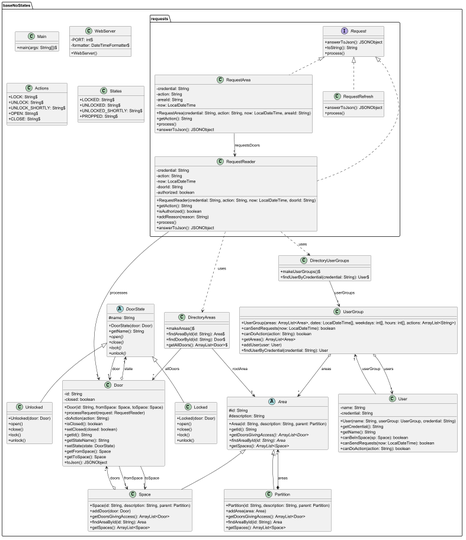
Earlier version of the PlantUML export src/out/production/acs_students/baseNoStates/uml/milestone1.png (NIU1672946/practicaDS).
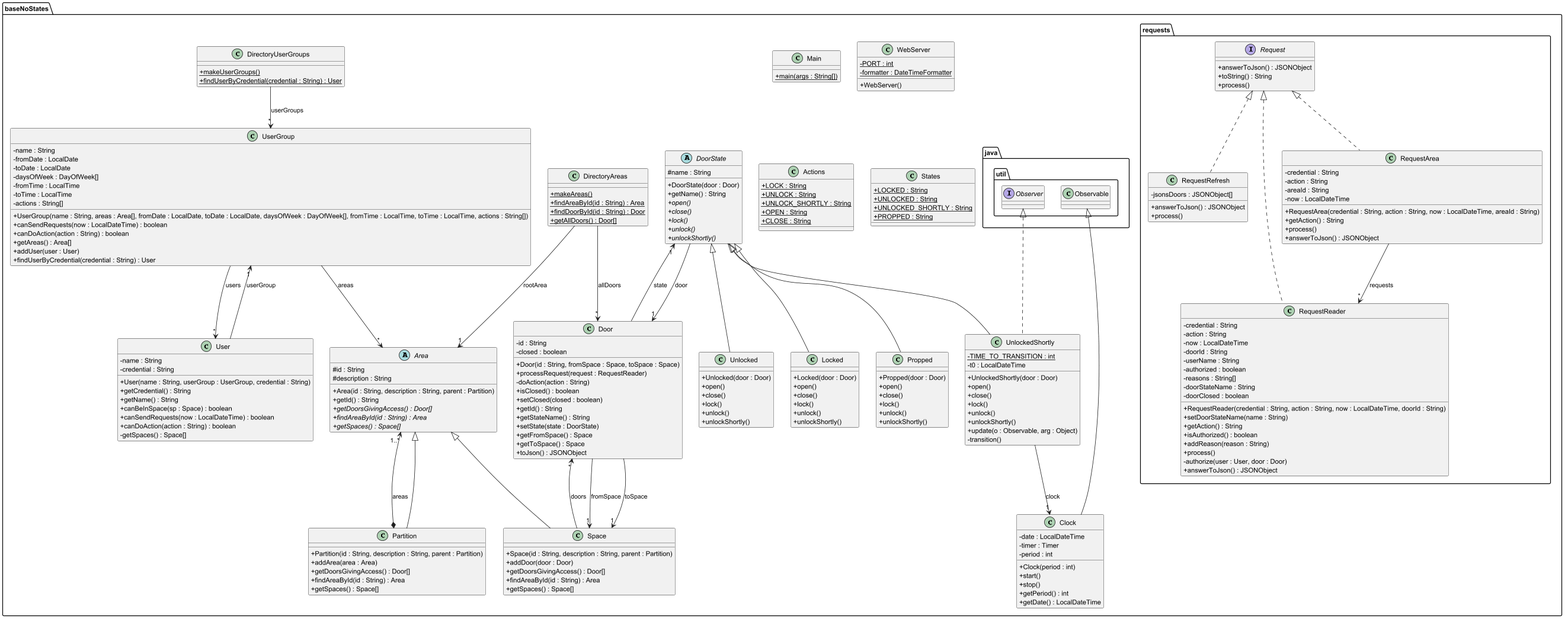
Later version of the same file.

Change to the diagram source:
```diff
@@ -4,188 +4,238 @@
 package baseNoStates {
 
   class Main {
-    + main(args: String[])$
+    + {static} main(args : String[])
   }
 
   class WebServer {
-    - PORT: int$
-    - formatter: DateTimeFormatter$
+    - {static} PORT : int
+    - {static} formatter : DateTimeFormatter
     + WebServer()
   }
 
   class Actions {
-    + LOCK: String$
-    + UNLOCK: String$
-    + UNLOCK_SHORTLY: String$
-    + OPEN: String$
-    + CLOSE: String$
+    + {static} LOCK : String
+    + {static} UNLOCK : String
+    + {static} UNLOCK_SHORTLY : String
+    + {static} OPEN : String
+    + {static} CLOSE : String
   }
 
   class States {
-    + LOCKED: String$
-    + UNLOCKED: String$
-    + UNLOCKED_SHORTLY: String$
-    + PROPPED: String$
+    + {static} LOCKED : String
+    + {static} UNLOCKED : String
+    + {static} UNLOCKED_SHORTLY : String
+    + {static} PROPPED : String
   }
 
   abstract class DoorState {
-    # name: String
-    + DoorState(door: Door)
-    + getName(): String
-    {abstract} + open()
-    {abstract} + close()
-    {abstract} + lock()
-    {abstract} + unlock()
+    # name : String
+    + DoorState(door : Door)
+    + getName() : String
+    + {abstract} open()
+    + {abstract} close()
+    + {abstract} lock()
+    + {abstract} unlock()
+    + {abstract} unlockShortly()
   }
 
   class Unlocked extends DoorState {
-    + Unlocked(door: Door)
+    + Unlocked(door : Door)
     + open()
     + close()
     + lock()
     + unlock()
+    + unlockShortly()
   }
 
   class Locked extends DoorState {
-    + Locked(door: Door)
+    + Locked(door : Door)
     + open()
     + close()
     + lock()
     + unlock()
+    + unlockShortly()
+  }
+
+  class UnlockedShortly extends DoorState implements java.util.Observer {
+    - {static} TIME_TO_TRANSITION : int
+    - t0 : LocalDateTime
+    + UnlockedShortly(door : Door)
+    + open()
+    + close()
+    + lock()
+    + unlock()
+    + unlockShortly()
+    + update(o : Observable, arg : Object)
+    - transition()
+  }
+
+  class Propped extends DoorState {
+    + Propped(door : Door)
+    + open()
+    + close()
+    + lock()
+    + unlock()
+    + unlockShortly()
+  }
+
+  class Clock extends java.util.Observable {
+    - date : LocalDateTime
+    - timer : Timer
+    - period : int
+    + Clock(period : int)
+    + start()
+    + stop()
+    + getPeriod() : int
+    + getDate() : LocalDateTime
   }
 
   class Door {
-    - id: String
-    - closed: boolean
-    + Door(id: String, fromSpace: Space, toSpace: Space)
-    + processRequest(request: RequestReader)
-    - doAction(action: String)
-    + isClosed(): boolean
-    + setClosed(closed: boolean)
-    + getId(): String
-    + getStateName(): String
-    + setState(state: DoorState)
-    + getFromSpace(): Space
-    + getToSpace(): Space
-    + toJson(): JSONObject
+    - id : String
+    - closed : boolean
+    + Door(id : String, fromSpace : Space, toSpace : Space)
+    + processRequest(request : RequestReader)
+    - doAction(action : String)
+    + isClosed() : boolean
+    + setClosed(closed : boolean)
+    + getId() : String
+    + getStateName() : String
+    + setState(state : DoorState)
+    + getFromSpace() : Space
+    + getToSpace() : Space
+    + toJson() : JSONObject
   }
 
   abstract class Area {
-    # id: String
-    # description: String
-    + Area(id: String, description: String, parent: Partition)
-    + getId(): String
-    {abstract} + getDoorsGivingAccess(): ArrayList<Door>
-    {abstract} + findAreaById(id: String): Area
-    {abstract} + getSpaces(): ArrayList<Space>
+    # id : String
+    # description : String
+    + Area(id : String, description : String, parent : Partition)
+    + getId() : String
+    + {abstract} getDoorsGivingAccess() : Door[]
+    + {abstract} findAreaById(id : String) : Area
+    + {abstract} getSpaces() : Space[]
   }
 
   class Partition extends Area {
-    + Partition(id: String, description: String, parent: Partition)
-    + addArea(area: Area)
-    + getDoorsGivingAccess(): ArrayList<Door>
-    + findAreaById(id: String): Area
-    + getSpaces(): ArrayList<Space>
+    + Partition(id : String, description : String, parent : Partition)
+    + addArea(area : Area)
+    + getDoorsGivingAccess() : Door[]
+    + findAreaById(id : String) : Area
+    + getSpaces() : Space[]
   }
 
   class Space extends Area {
-    + Space(id: String, description: String, parent: Partition)
-    + addDoor(door: Door)
-    + getDoorsGivingAccess(): ArrayList<Door>
-    + findAreaById(id: String): Area
-    + getSpaces(): ArrayList<Space>
+    + Space(id : String, description : String, parent : Partition)
+    + addDoor(door : Door)
+    + getDoorsGivingAccess() : Door[]
+    + findAreaById(id : String) : Area
+    + getSpaces() : Space[]
   }
 
   class DirectoryAreas {
-    + makeAreas()$
-    + findAreaById(id: String): Area$
-    + findDoorById(id: String): Door$
-    + getAllDoors(): ArrayList<Door>$
+    + {static} makeAreas()
+    + {static} findAreaById(id : String) : Area
+    + {static} findDoorById(id : String) : Door
+    + {static} getAllDoors() : Door[]
   }
 
   class User {
-    - name: String
-    - credential: String
-    + User(name: String, userGroup: UserGroup, credential: String)
-    + getCredential(): String
-    + getName(): String
-    + canBeInSpace(sp: Space): boolean
-    + canSendRequests(now: LocalDateTime): boolean
-    + canDoAction(action: String): boolean
+    - name : String
+    - credential : String
+    + User(name : String, userGroup : UserGroup, credential : String)
+    + getCredential() : String
+    + getName() : String
+    + canBeInSpace(sp : Space) : boolean
+    + canSendRequests(now : LocalDateTime) : boolean
+    + canDoAction(action : String) : boolean
+    - getSpaces() : Space[]
   }
 
   class UserGroup {
-    + UserGroup(areas: ArrayList<Area>, dates: LocalDateTime[], weekdays: int[], hours: int[], actions: ArrayList<String>)
-    + canSendRequests(now: LocalDateTime): boolean
-    + canDoAction(action: String): boolean
-    + getAreas(): ArrayList<Area>
-    + addUser(user: User)
-    + findUserByCredential(credential: String): User
+    - name : String
+    - fromDate : LocalDate
+    - toDate : LocalDate
+    - daysOfWeek : DayOfWeek[]
+    - fromTime : LocalTime
+    - toTime : LocalTime
+    - actions : String[]
+    + UserGroup(name : String, areas : Area[], fromDate : LocalDate, toDate : LocalDate, daysOfWeek : DayOfWeek[], fromTime : LocalTime, toTime : LocalTime, actions : String[])
+    + canSendRequests(now : LocalDateTime) : boolean
+    + canDoAction(action : String) : boolean
+    + getAreas() : Area[]
+    + addUser(user : User)
+    + findUserByCredential(credential : String) : User
   }
 
   class DirectoryUserGroups {
-    + makeUserGroups()$
-    + findUserByCredential(credential: String): User$
+    + {static} makeUserGroups()
+    + {static} findUserByCredential(credential : String) : User
   }
 }
 
 package baseNoStates.requests {
   interface Request {
-    + answerToJson(): JSONObject
-    + toString(): String
+    + answerToJson() : JSONObject
+    + toString() : String
     + process()
   }
 
   class RequestRefresh implements Request {
-    + answerToJson(): JSONObject
+    - jsonsDoors : JSONObject[]
+    + answerToJson() : JSONObject
     + process()
   }
 
   class RequestReader implements Request {
-    - credential: String
-    - action: String
-    - now: LocalDateTime
-    - doorId: String
-    - authorized: boolean
-    + RequestReader(credential: String, action: String, now: LocalDateTime, doorId: String)
-    + getAction(): String
-    + isAuthorized(): boolean
-    + addReason(reason: String)
+    - credential : String
+    - action : String
+    - now : LocalDateTime
+    - doorId : String
+    - userName : String
+    - authorized : boolean
+    - reasons : String[]
+    - doorStateName : String
+    - doorClosed : boolean
+    + RequestReader(credential : String, action : String, now : LocalDateTime, doorId : String)
+    + setDoorStateName(name : String)
+    + getAction() : String
+    + isAuthorized() : boolean
+    + addReason(reason : String)
     + process()
-    + answerToJson(): JSONObject
+    - authorize(user : User, door : Door)
+    + answerToJson() : JSONObject
   }
 
   class RequestArea implements Request {
-    - credential: String
-    - action: String
-    - areaId: String
-    - now: LocalDateTime
-    + RequestArea(credential: String, action: String, now: LocalDateTime, areaId: String)
-    + getAction(): String
+    - credential : String
+    - action : String
+    - areaId : String
+    - now : LocalDateTime
+    + RequestArea(credential : String, action : String, now : LocalDateTime, areaId : String)
+    + getAction() : String
     + process()
-    + answerToJson(): JSONObject
+    + answerToJson() : JSONObject
   }
 }
 
 DoorState --> "1" Door : door
-Door o--> "1" DoorState : state
+Door --> "1" DoorState : state
+UnlockedShortly --> "1" Clock : clock
+
 Door --> "1" Space : fromSpace
 Door --> "1" Space : toSpace
-Space o--> "*" Door : doors
+Space --> "*" Door : doors
 
 Partition *--> "1..*" Area : areas
 
 User --> "1" UserGroup : userGroup
-UserGroup o--> "*" User : users
-UserGroup o--> "*" Area : areas
+UserGroup --> "*" User : users
+UserGroup --> "*" Area : areas
 
 DirectoryAreas --> "1" Area : rootArea
 DirectoryAreas --> "*" Door : allDoors
 DirectoryUserGroups --> "*" UserGroup : userGroups
 
-RequestReader ..> DirectoryUserGroups : uses
-RequestReader ..> DirectoryAreas : uses
-RequestReader --> "1" Door : processes
-RequestArea --> "*" RequestReader : requestsDoors
+RequestArea --> "*" RequestReader : requests
 
 @enduml
```
